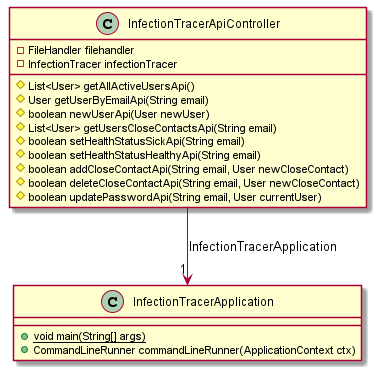
Earlier version of the PlantUML export Infectiontracer/docs/release3/diagrams/restclassdiagram.png (Alexanderbrandhaug/InfectionTracerFX).
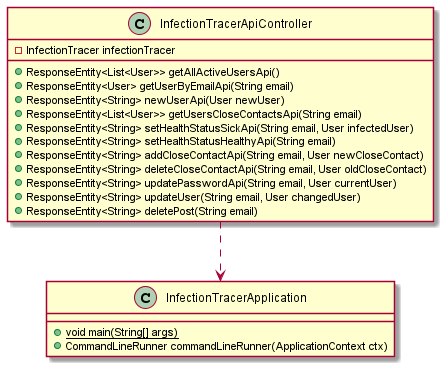
After the commit.

The edit, as a diff of the source:
```diff
@@ -1,21 +1,22 @@
 @startuml
 class InfectionTracerApiController [[java:infectiontracer.rest.InfectionTracerApiController]] {
-	-FileHandler filehandler
 	-InfectionTracer infectionTracer
-	#List<User> getAllActiveUsersApi()
-	#User getUserByEmailApi(String email)
-	#boolean newUserApi(User newUser)
-	#List<User> getUsersCloseContactsApi(String email)
-	#boolean setHealthStatusSickApi(String email)
-	#boolean setHealthStatusHealthyApi(String email)
-	#boolean addCloseContactApi(String email, User newCloseContact)
-	#boolean deleteCloseContactApi(String email, User newCloseContact)
-	#boolean updatePasswordApi(String email, User currentUser)
+	+ResponseEntity<List<User>> getAllActiveUsersApi()
+	+ResponseEntity<User> getUserByEmailApi(String email)
+	+ResponseEntity<String> newUserApi(User newUser)
+	+ResponseEntity<List<User>> getUsersCloseContactsApi(String email)
+	+ResponseEntity<String> setHealthStatusSickApi(String email, User infectedUser)
+	+ResponseEntity<String> setHealthStatusHealthyApi(String email)
+	+ResponseEntity<String> addCloseContactApi(String email, User newCloseContact)
+	+ResponseEntity<String> deleteCloseContactApi(String email, User oldCloseContact)
+	+ResponseEntity<String> updatePasswordApi(String email, User currentUser)
+	+ResponseEntity<String> updateUser(String email, User changedUser)
+	+ResponseEntity<String> deletePost(String email)
 }
 class InfectionTracerApplication [[java:infectiontracer.rest.InfectionTracerApplication]] {
 	+{static}void main(String[] args)
 	+CommandLineRunner commandLineRunner(ApplicationContext ctx)
 }
 
-InfectionTracerApiController --> "1" InfectionTracerApplication : InfectionTracerApplication
+InfectionTracerApiController ..> InfectionTracerApplication
 @enduml
```
